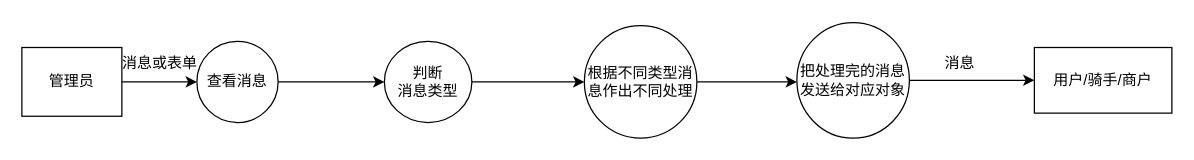
Earlier version of the draw.io diagram page "管理员当前系统逻辑模型" (2 of 14) of Untitled Diagram.drawio (czely/czely.github.io). Source tidied: cells renumbered, new cells numbered last; positions are measured from the earlier drawing's top-left corner, leaving out a move shared by most shapes. Both pictures are drawn from the tidied source at 125%, with x=0, y=0 at pixel (21, 22).
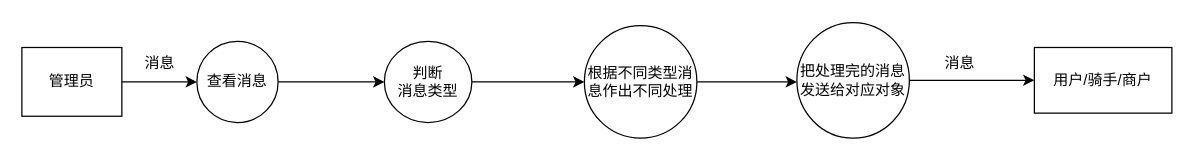
After the change.

The edit, as a diff of the source:
```diff
@@
 <mxGraphModel>
   <root>
     <mxCell id="0" />
     <mxCell id="1" parent="0" />
     <mxCell id="2" value="查看消息" style="ellipse;whiteSpace=wrap;html=1;" parent="1" vertex="1">
       <mxGeometry x="140" y="14.5" width="65" height="65" as="geometry" />
     </mxCell>
     <mxCell id="3" value="管理员" style="rounded=0;whiteSpace=wrap;html=1;" parent="1" vertex="1">
       <mxGeometry y="19.5" width="80" height="55" as="geometry" />
     </mxCell>
     <mxCell id="4" style="edgeStyle=orthogonalEdgeStyle;rounded=0;jettySize=auto;html=1;exitX=1;exitY=0.5;exitDx=0;exitDy=0;entryX=0;entryY=0.5;entryDx=0;entryDy=0;" parent="1" edge="1" source="5" target="7">
       <mxGeometry relative="1" as="geometry" />
     </mxCell>
     <mxCell id="5" value="判断&lt;br&gt;消息类型" style="ellipse;whiteSpace=wrap;html=1;" parent="1" vertex="1">
       <mxGeometry x="290" y="14.5" width="70" height="65" as="geometry" />
     </mxCell>
     <mxCell id="6" style="edgeStyle=orthogonalEdgeStyle;rounded=0;jettySize=auto;html=1;exitX=1;exitY=0.5;exitDx=0;exitDy=0;" parent="1" edge="1" source="7">
       <mxGeometry relative="1" as="geometry">
         <mxPoint x="620" y="47" as="targetPoint" />
       </mxGeometry>
     </mxCell>
     <mxCell id="7" value="根据不同类型消息作出不同处理" style="ellipse;whiteSpace=wrap;html=1;" parent="1" vertex="1">
       <mxGeometry x="450" y="2" width="90" height="90" as="geometry" />
     </mxCell>
     <mxCell id="8" style="edgeStyle=orthogonalEdgeStyle;rounded=0;jettySize=auto;html=1;" parent="1" edge="1" source="9" target="10">
       <mxGeometry relative="1" as="geometry" />
     </mxCell>
     <mxCell id="9" value="把处理完的消息&lt;br&gt;发送给对应对象" style="ellipse;whiteSpace=wrap;html=1;" parent="1" vertex="1">
       <mxGeometry x="620" y="-0.5" width="90" height="92.5" as="geometry" />
     </mxCell>
     <mxCell id="10" value="用户/骑手/商户" style="whiteSpace=wrap;html=1;" parent="1" vertex="1">
       <mxGeometry x="810" y="19.5" width="110" height="52.5" as="geometry" />
     </mxCell>
     <mxCell id="11" style="endArrow=classic;html=1;exitX=1;exitY=0.5;exitDx=0;exitDy=0;entryX=0;entryY=0.5;entryDx=0;entryDy=0;" parent="1" edge="1" source="3" target="2">
       <mxGeometry relative="1" as="geometry" />
     </mxCell>
     <mxCell id="12" style="edgeStyle=orthogonalEdgeStyle;rounded=0;jettySize=auto;html=1;exitX=1;exitY=0.5;exitDx=0;exitDy=0;entryX=0;entryY=0.5;entryDx=0;entryDy=0;" parent="1" edge="1" source="2" target="5">
       <mxGeometry relative="1" as="geometry" />
     </mxCell>
     <mxCell id="13" value="消息" style="text;html=1;align=center;verticalAlign=middle;" parent="1" vertex="1">
       <mxGeometry x="730" y="22" width="40" height="20" as="geometry" />
     </mxCell>
-    <mxCell id="14" value="消息或表单" style="text;html=1;align=center;verticalAlign=middle;" parent="1" vertex="1">
-      <mxGeometry x="70" y="22" width="80" height="20" as="geometry" />
+    <mxCell id="14" value="消息" style="text;html=1;align=center;verticalAlign=middle;" parent="1" vertex="1">
+      <mxGeometry x="90" y="22" width="40" height="20" as="geometry" />
     </mxCell>
   </root>
 </mxGraphModel>
```
